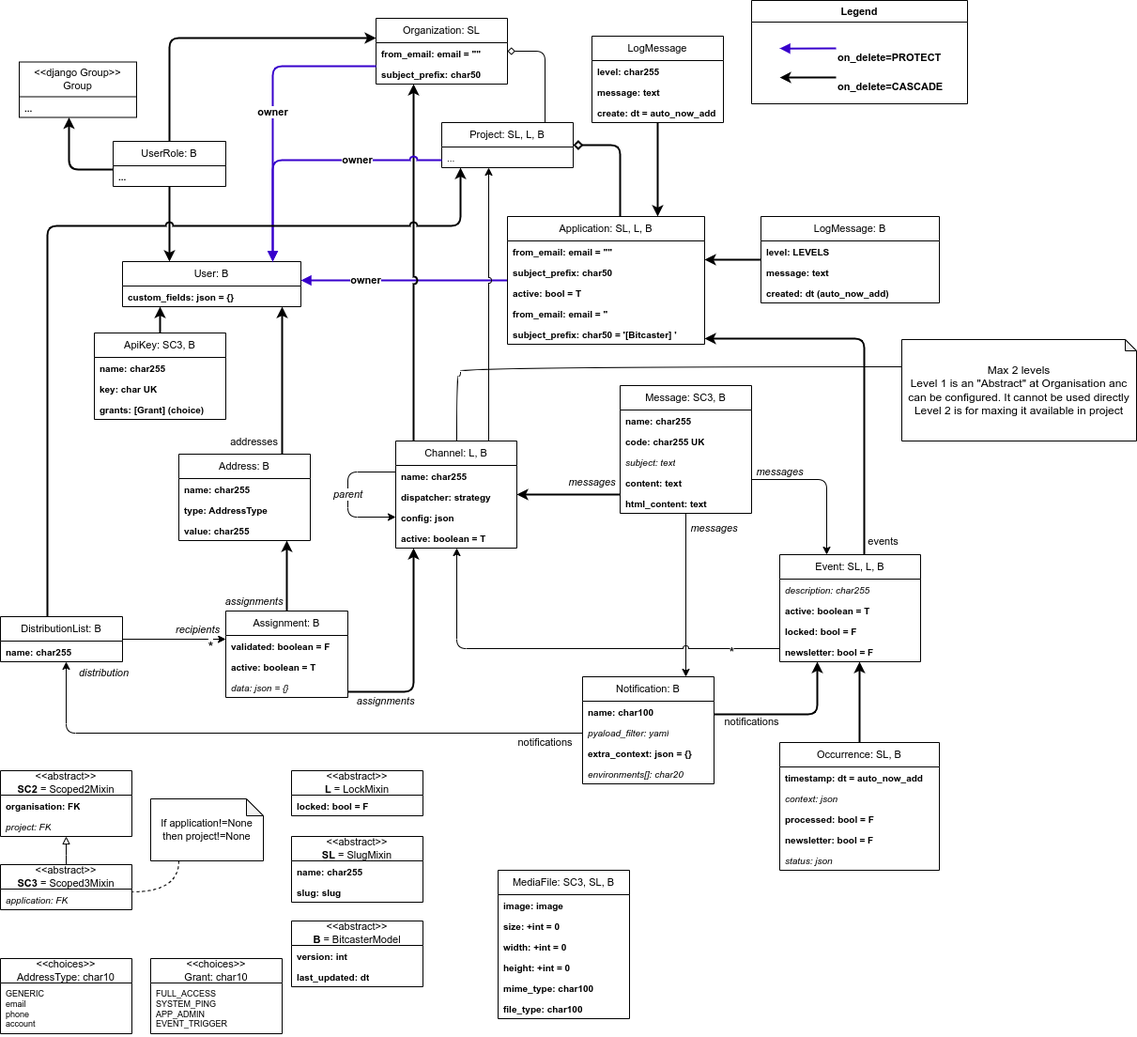
Above: docs/_guidelines/development/BitcasterCD.drawio.png in bitcaster-io/bitcaster (draw.io), before the change. Source tidied: cells renumbered, new cells last; positions are measured from the earlier drawing's top-left corner, leaving out a move shared by most shapes.
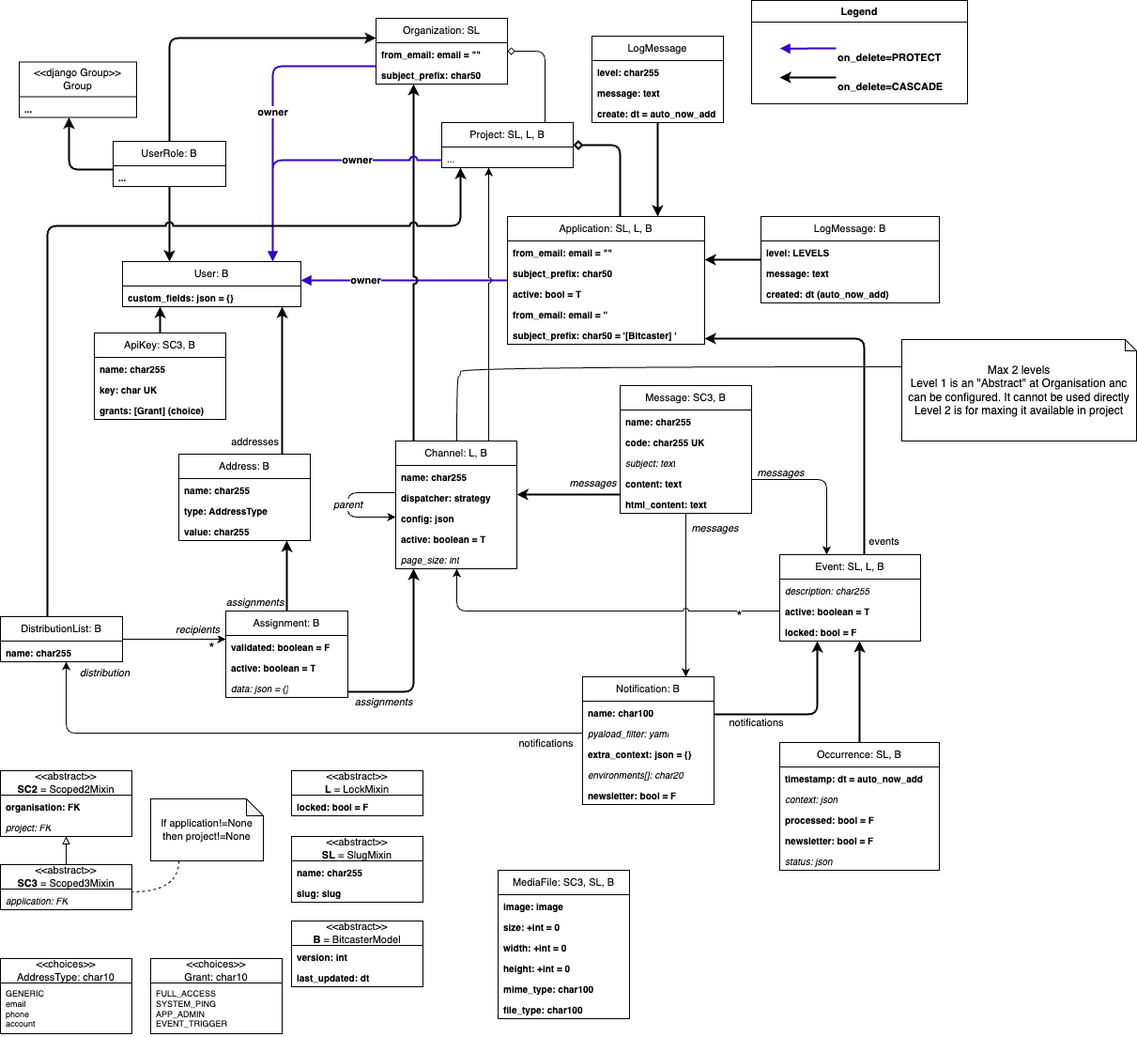
After the commit.

Change to the diagram source:
```diff
@@ -155,7 +155,7 @@
       </mxGeometry>
     </mxCell>
     <mxCell id="34" value="Channel: L, B" style="swimlane;fontStyle=0;horizontal=1;startSize=26;fillColor=none;whiteSpace=wrap;html=1;fontSize=11;" parent="1" vertex="1">
-      <mxGeometry x="421" y="469" width="129" height="114" as="geometry" />
+      <mxGeometry x="421" y="469" width="129" height="136" as="geometry" />
     </mxCell>
     <mxCell id="35" value="name: char255" style="text;strokeColor=none;fillColor=none;align=left;verticalAlign=top;spacingLeft=4;spacingRight=4;overflow=hidden;whiteSpace=wrap;html=1;fontSize=10;fontStyle=1;" parent="34" vertex="1">
       <mxGeometry y="26" width="129" height="22" as="geometry" />
@@ -169,6 +169,9 @@
     <mxCell id="38" value="active: boolean = T" style="text;strokeColor=none;fillColor=none;align=left;verticalAlign=top;spacingLeft=4;spacingRight=4;overflow=hidden;whiteSpace=wrap;html=1;fontSize=10;fontStyle=1;" parent="34" vertex="1">
       <mxGeometry y="92" width="129" height="22" as="geometry" />
     </mxCell>
+    <mxCell id="139" value="page_size: int" style="text;strokeColor=none;fillColor=none;align=left;verticalAlign=top;spacingLeft=4;spacingRight=4;overflow=hidden;whiteSpace=wrap;html=1;fontSize=10;fontStyle=2;" parent="34" vertex="1">
+      <mxGeometry y="114" width="129" height="22" as="geometry" />
+    </mxCell>
     <mxCell id="39" style="edgeStyle=orthogonalEdgeStyle;rounded=1;jettySize=auto;html=1;jumpStyle=arc;strokeWidth=2;" parent="1" edge="1" source="40" target="50">
       <mxGeometry relative="1" as="geometry">
         <Array as="points">
@@ -210,7 +213,7 @@
     <mxCell id="48" style="edgeStyle=orthogonalEdgeStyle;rounded=1;jettySize=auto;html=1;curved=0;jumpStyle=arc;" parent="1" edge="1" source="50" target="34">
       <mxGeometry relative="1" as="geometry">
         <Array as="points">
-          <mxPoint x="486" y="690" />
+          <mxPoint x="486" y="650" />
         </Array>
       </mxGeometry>
     </mxCell>
@@ -218,7 +221,7 @@
       <mxGeometry x="-0.77" y="4" relative="1" as="geometry" />
     </mxCell>
     <mxCell id="50" value="Event: SL, L, B" style="swimlane;fontStyle=0;horizontal=1;startSize=26;fillColor=none;whiteSpace=wrap;html=1;fontSize=11;" parent="1" vertex="1">
-      <mxGeometry x="830" y="590" width="150" height="114" as="geometry" />
+      <mxGeometry x="830" y="590" width="150" height="92" as="geometry" />
     </mxCell>
     <mxCell id="51" value="description: char255" style="text;strokeColor=none;fillColor=none;align=left;verticalAlign=top;spacingLeft=4;spacingRight=4;overflow=hidden;whiteSpace=wrap;html=1;fontSize=10;fontStyle=2;" parent="50" vertex="1">
       <mxGeometry y="26" width="150" height="22" as="geometry" />
@@ -229,9 +232,6 @@
     <mxCell id="53" value="locked: bool = F" style="text;strokeColor=none;fillColor=none;align=left;verticalAlign=top;spacingLeft=4;spacingRight=4;overflow=hidden;whiteSpace=wrap;html=1;fontSize=10;fontStyle=1;" parent="50" vertex="1">
       <mxGeometry y="70" width="150" height="22" as="geometry" />
     </mxCell>
-    <mxCell id="54" value="newsletter: bool = F" style="text;strokeColor=none;fillColor=none;align=left;verticalAlign=top;spacingLeft=4;spacingRight=4;overflow=hidden;whiteSpace=wrap;html=1;fontSize=10;fontStyle=1;" parent="50" vertex="1">
-      <mxGeometry y="92" width="150" height="22" as="geometry" />
-    </mxCell>
     <mxCell id="55" value="&lt;div&gt;User: B&lt;/div&gt;" style="swimlane;fontStyle=0;horizontal=1;startSize=26;fillColor=none;whiteSpace=wrap;html=1;fontSize=11;" parent="1" vertex="1">
       <mxGeometry x="130" y="278" width="190" height="48" as="geometry" />
     </mxCell>
@@ -458,7 +458,7 @@
       </mxGeometry>
     </mxCell>
     <mxCell id="106" value="Notification: B" style="swimlane;fontStyle=0;horizontal=1;startSize=26;fillColor=none;whiteSpace=wrap;html=1;fontSize=11;" parent="1" vertex="1">
-      <mxGeometry x="620" y="720" width="140" height="114" as="geometry" />
+      <mxGeometry x="620" y="720" width="140" height="136" as="geometry" />
     </mxCell>
     <mxCell id="107" value="name: char100" style="text;strokeColor=none;fillColor=none;align=left;verticalAlign=top;spacingLeft=4;spacingRight=4;overflow=hidden;whiteSpace=wrap;html=1;fontSize=10;fontStyle=1;" parent="106" vertex="1">
       <mxGeometry y="26" width="140" height="22" as="geometry" />
@@ -472,6 +472,9 @@
     <mxCell id="110" value="environments[]: char20" style="text;strokeColor=none;fillColor=none;align=left;verticalAlign=top;spacingLeft=4;spacingRight=4;overflow=hidden;whiteSpace=wrap;html=1;fontSize=10;fontStyle=2;" parent="106" vertex="1">
       <mxGeometry y="92" width="140" height="22" as="geometry" />
     </mxCell>
+    <mxCell id="54" value="newsletter: bool = F" style="text;strokeColor=none;fillColor=none;align=left;verticalAlign=top;spacingLeft=4;spacingRight=4;overflow=hidden;whiteSpace=wrap;html=1;fontSize=10;fontStyle=1;" parent="106" vertex="1">
+      <mxGeometry y="114" width="140" height="22" as="geometry" />
+    </mxCell>
     <mxCell id="111" value="&amp;lt;&amp;lt;abstract&amp;gt;&amp;gt;&lt;br&gt;&lt;b&gt;SL&lt;/b&gt; = SlugMixin" style="swimlane;fontStyle=0;horizontal=1;startSize=26;fillColor=none;whiteSpace=wrap;html=1;fontSize=11;" parent="1" vertex="1">
       <mxGeometry x="310" y="890" width="140" height="70" as="geometry" />
     </mxCell>
```
